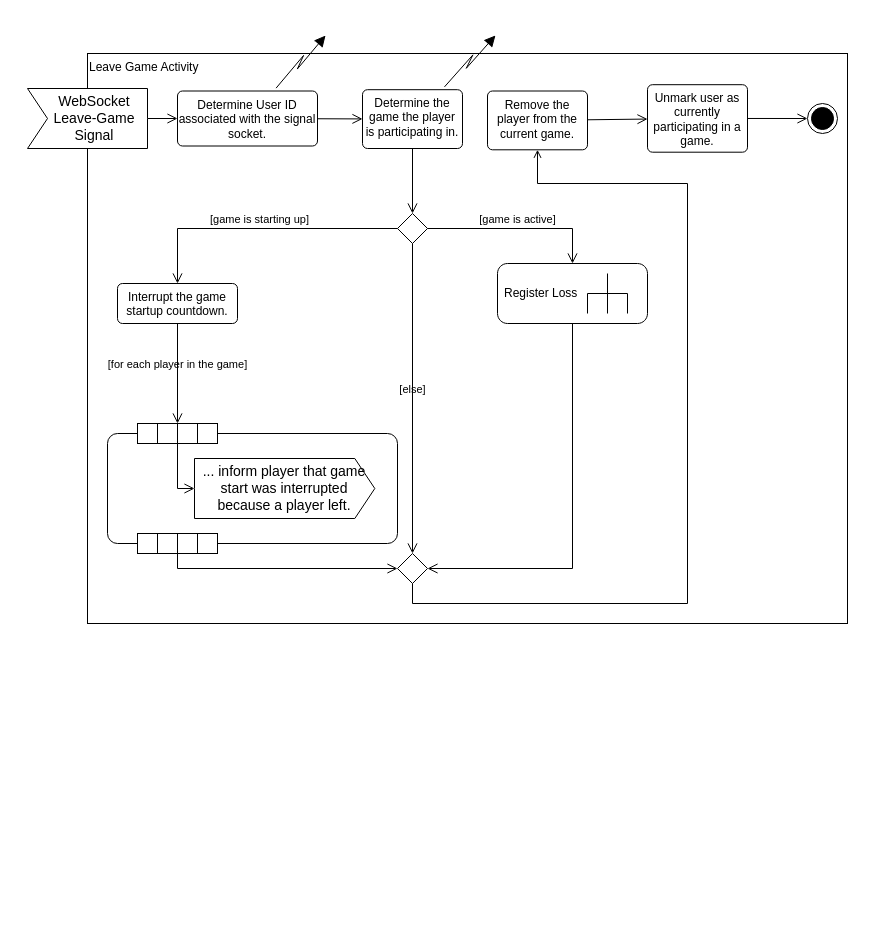
The draw.io diagram uml/activity_diagrams/Leave_Game_Activity.drawio in slavnikov/geo-nam-gam, before the edit. Source tidied: cells renumbered, new cells numbered last; positions are measured from the earlier drawing's top-left corner, leaving out a move shared by most shapes. Both pictures are drawn from the tidied source at 100%, with x=0, y=0 at pixel (27, 33).
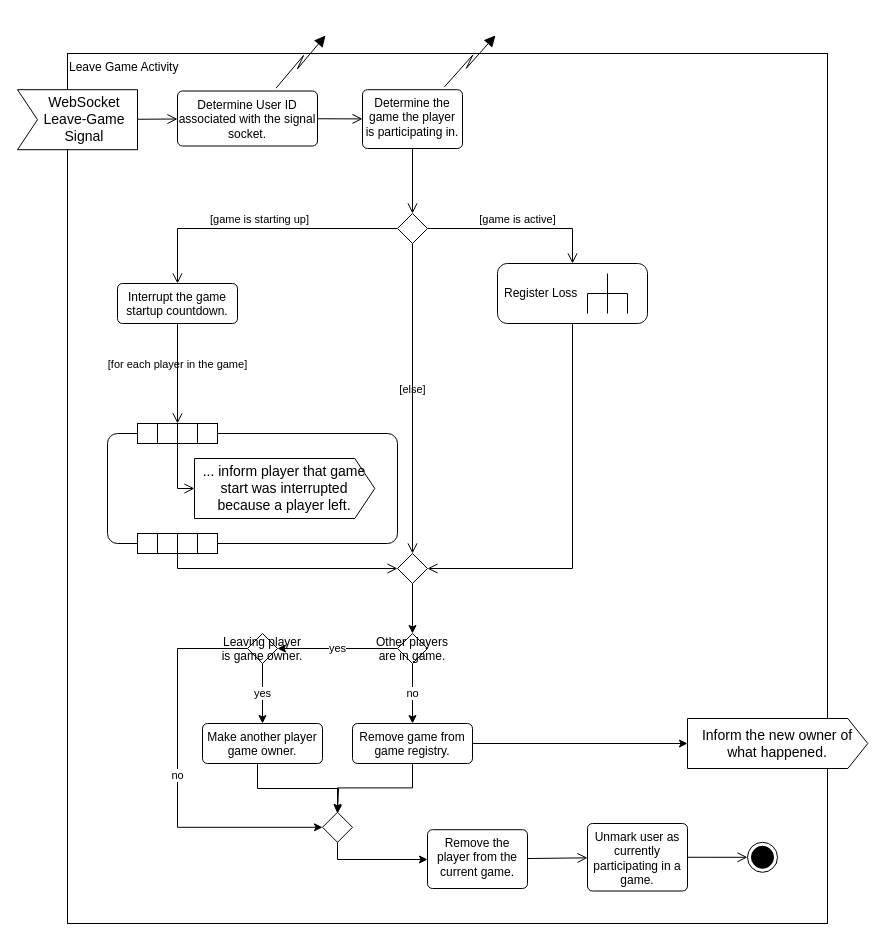
Above is the later version.

Commit message:
Include game ownership switching and game termination in leave game activity;

Unchanged cells that the change refers to:
```xml
<mxCell id="27" style="rhombus;" parent="1" vertex="1">
  <mxGeometry x="370" y="520" width="30" height="30" as="geometry" />
</mxCell>
```

The edit, as a diff of the source:
```diff
@@
     <mxCell id="2" value="Leave Game Activity" style="html=1;dashed=0;whiteSpace=wrap;align=left;verticalAlign=top;" parent="1" vertex="1">
-      <mxGeometry x="60" y="20" width="760" height="570" as="geometry" />
+      <mxGeometry x="40" y="20" width="760" height="870" as="geometry" />
     </mxCell>
@@
     <mxCell id="19" style="ellipse;html=1;shape=endState;fillColor=strokeColor;" parent="1" vertex="1">
-      <mxGeometry x="780" y="70" width="30" height="30" as="geometry" />
+      <mxGeometry x="720" y="808.8" width="30" height="30" as="geometry" />
     </mxCell>
     <mxCell id="20" value="WebSocket Leave-Game Signal" style="html=1;shape=mxgraph.infographic.ribbonSimple;notch1=20;notch2=0;align=center;verticalAlign=middle;fontSize=14;fontStyle=0;fillColor=#FFFFFF;flipH=0;spacingRight=0;spacingLeft=14;whiteSpace=wrap;" parent="1" vertex="1">
-      <mxGeometry y="55" width="120" height="60" as="geometry" />
+      <mxGeometry x="-10" y="56.2" width="120" height="60" as="geometry" />
     </mxCell>
@@
     <mxCell id="24" value="Remove the player from the current game." style="html=1;align=center;verticalAlign=top;rounded=1;absoluteArcSize=1;arcSize=10;dashed=0;whiteSpace=wrap;" parent="1" vertex="1">
-      <mxGeometry x="460" y="57.5" width="100" height="58.8" as="geometry" />
+      <mxGeometry x="400" y="796.2" width="100" height="58.8" as="geometry" />
     </mxCell>
@@
+    <mxCell id="40" style="edgeStyle=orthogonalEdgeStyle;rounded=0;jettySize=auto;html=1;" parent="1" edge="1" source="27" target="43">
+      <mxGeometry relative="1" as="geometry" />
+    </mxCell>
@@
-    <mxCell id="30" style="endArrow=none;startArrow=open;endFill=0;startFill=0;endSize=8;html=1;verticalAlign=bottom;labelBackgroundColor=none;strokeWidth=1;rounded=0;entryX=0.5;entryY=1;entryDx=0;entryDy=0;" parent="1" edge="1" source="24" target="27">
-      <mxGeometry relative="1" as="geometry">
-        <Array as="points">
-          <mxPoint x="510" y="150" />
-          <mxPoint x="660" y="150" />
-          <mxPoint x="660" y="570" />
-          <mxPoint x="385" y="570" />
-        </Array>
-      </mxGeometry>
-    </mxCell>
@@
     <mxCell id="34" value="Unmark user as currently participating in a game." style="html=1;align=center;verticalAlign=top;rounded=1;absoluteArcSize=1;arcSize=10;dashed=0;whiteSpace=wrap;" parent="1" vertex="1">
-      <mxGeometry x="620" y="51.2" width="100" height="67.5" as="geometry" />
+      <mxGeometry x="560" y="790" width="100" height="67.5" as="geometry" />
     </mxCell>
@@
+    <mxCell id="41" value="yes" style="edgeStyle=orthogonalEdgeStyle;rounded=0;jettySize=auto;html=1;entryX=1;entryY=0.5;entryDx=0;entryDy=0;" parent="1" edge="1" source="43" target="46">
+      <mxGeometry relative="1" as="geometry" />
+    </mxCell>
+    <mxCell id="42" value="no" style="edgeStyle=orthogonalEdgeStyle;rounded=0;jettySize=auto;html=1;" parent="1" edge="1" source="43" target="51">
+      <mxGeometry relative="1" as="geometry" />
+    </mxCell>
+    <mxCell id="43" value="Other players&#10;are in game." style="rhombus;" parent="1" vertex="1">
+      <mxGeometry x="370" y="600" width="30" height="30" as="geometry" />
+    </mxCell>
+    <mxCell id="44" value="yes" style="edgeStyle=orthogonalEdgeStyle;rounded=0;jettySize=auto;html=1;" parent="1" edge="1" source="46" target="48">
+      <mxGeometry relative="1" as="geometry" />
+    </mxCell>
+    <mxCell id="45" value="no" style="edgeStyle=orthogonalEdgeStyle;rounded=0;jettySize=auto;html=1;entryX=0;entryY=0.5;entryDx=0;entryDy=0;" parent="1" edge="1" source="46" target="53">
+      <mxGeometry relative="1" as="geometry">
+        <Array as="points">
+          <mxPoint x="150" y="615" />
+          <mxPoint x="150" y="794" />
+        </Array>
+      </mxGeometry>
+    </mxCell>
+    <mxCell id="46" value="Leaving player&#10;is game owner." style="rhombus;" parent="1" vertex="1">
+      <mxGeometry x="220" y="600" width="30" height="30" as="geometry" />
+    </mxCell>
+    <mxCell id="47" style="edgeStyle=orthogonalEdgeStyle;rounded=0;jettySize=auto;html=1;" parent="1" edge="1" source="48">
+      <mxGeometry relative="1" as="geometry">
+        <mxPoint x="310" y="780" as="targetPoint" />
+        <Array as="points">
+          <mxPoint x="230" y="755" />
+          <mxPoint x="311" y="755" />
+        </Array>
+      </mxGeometry>
+    </mxCell>
+    <mxCell id="48" value="Make another player game owner." style="html=1;align=center;verticalAlign=top;rounded=1;absoluteArcSize=1;arcSize=10;dashed=0;whiteSpace=wrap;" parent="1" vertex="1">
+      <mxGeometry x="175" y="690" width="120" height="40" as="geometry" />
+    </mxCell>
+    <mxCell id="49" style="edgeStyle=orthogonalEdgeStyle;rounded=0;jettySize=auto;html=1;entryX=0.5;entryY=0;entryDx=0;entryDy=0;" parent="1" edge="1" source="51" target="53">
+      <mxGeometry relative="1" as="geometry" />
+    </mxCell>
+    <mxCell id="50" style="edgeStyle=orthogonalEdgeStyle;rounded=0;jettySize=auto;html=1;" parent="1" edge="1" source="51" target="54">
+      <mxGeometry relative="1" as="geometry" />
+    </mxCell>
+    <mxCell id="51" value="Remove game from game registry." style="html=1;align=center;verticalAlign=top;rounded=1;absoluteArcSize=1;arcSize=10;dashed=0;whiteSpace=wrap;" parent="1" vertex="1">
+      <mxGeometry x="325" y="690" width="120" height="40" as="geometry" />
+    </mxCell>
+    <mxCell id="52" style="edgeStyle=orthogonalEdgeStyle;rounded=0;jettySize=auto;html=1;" parent="1" edge="1" source="53" target="24">
+      <mxGeometry relative="1" as="geometry">
+        <Array as="points">
+          <mxPoint x="310" y="826" />
+        </Array>
+      </mxGeometry>
+    </mxCell>
+    <mxCell id="53" style="rhombus;" parent="1" vertex="1">
+      <mxGeometry x="295" y="778.8" width="30" height="30" as="geometry" />
+    </mxCell>
+    <mxCell id="54" value="Inform the new owner of what happened." style="html=1;shape=mxgraph.infographic.ribbonSimple;notch1=0;notch2=20;align=center;verticalAlign=middle;fontSize=14;fontStyle=0;fillColor=#FFFFFF;whiteSpace=wrap;" parent="1" vertex="1">
+      <mxGeometry x="660" y="685" width="180.3" height="50" as="geometry" />
+    </mxCell>
```
